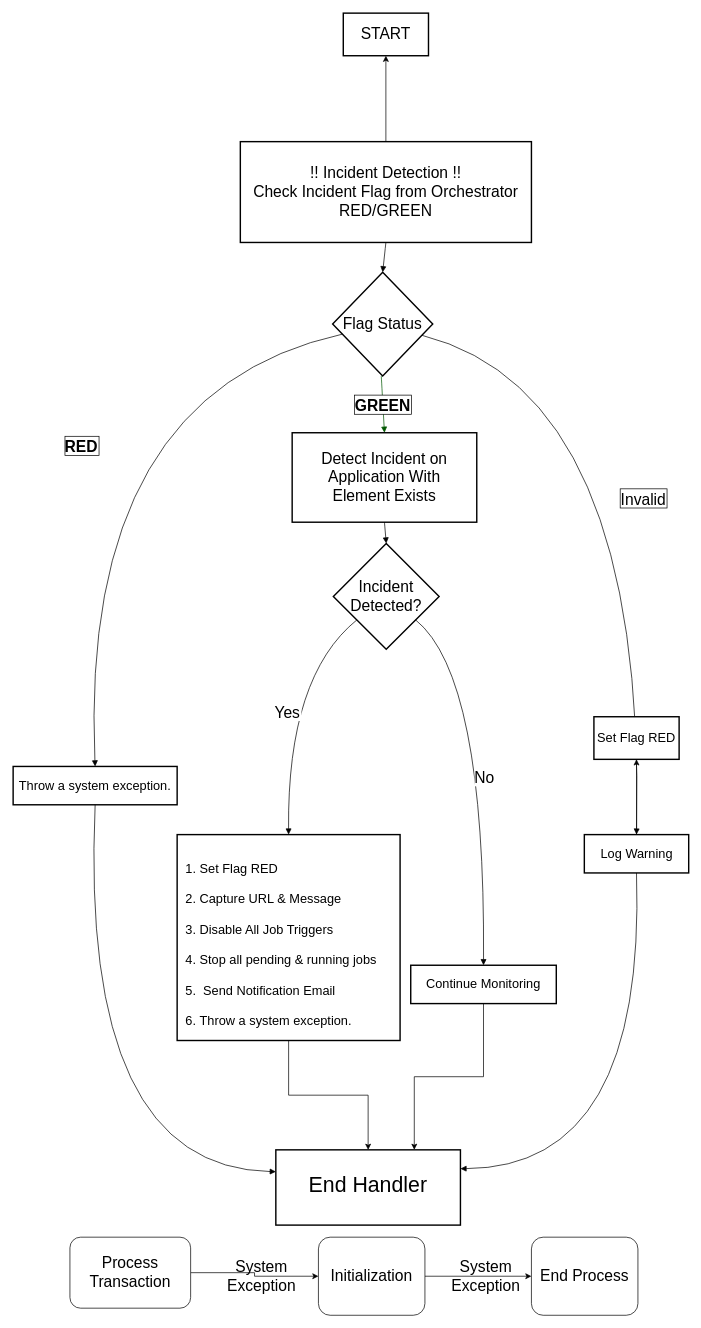
harshitsharmatpg/vault keeps this draw.io diagram as Untitled Diagram.drawio. Above is the earlier version. Source tidied: cells renumbered, new cells numbered last; positions are measured from the earlier drawing's top-left corner, leaving out a move shared by most shapes. Both pictures are drawn from the tidied source at 71%, with x=0, y=0 at pixel (13, 13).
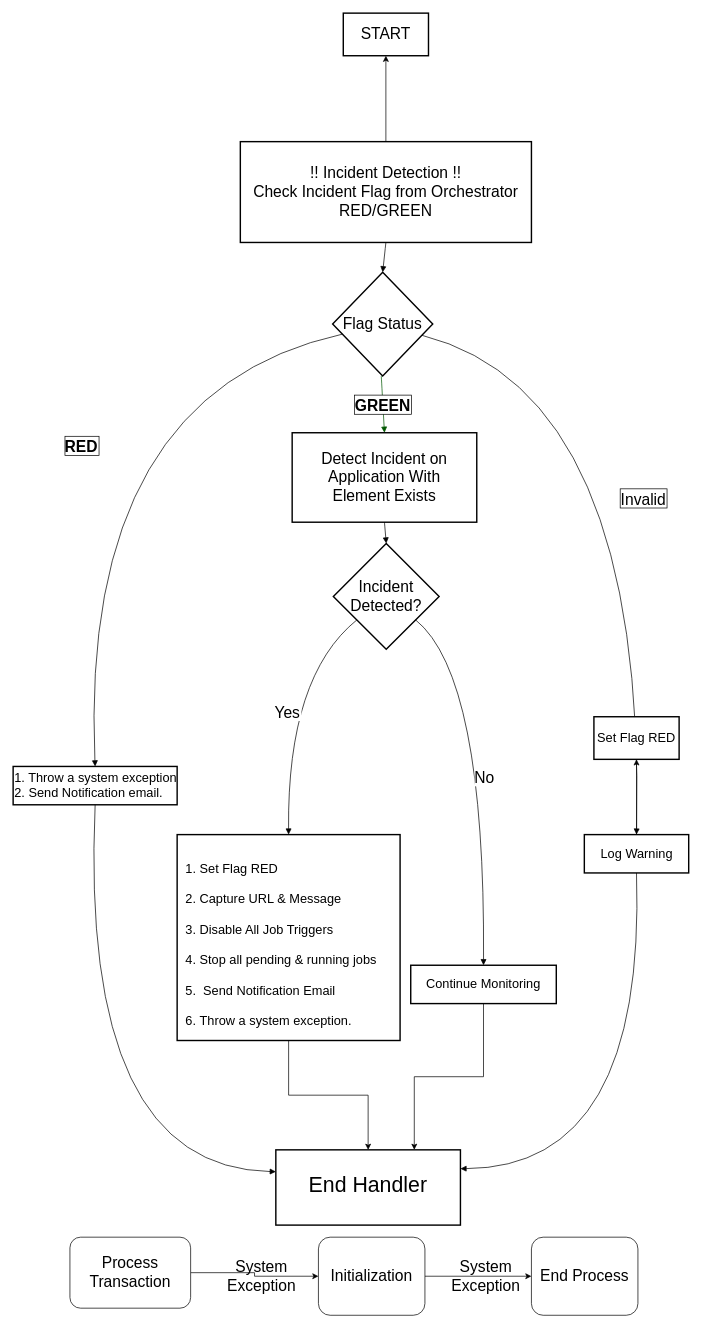
The same page after the edit.

Diff of the diagram source:
```diff
@@
-    <mxCell id="5" value="Throw a system exception." style="whiteSpace=wrap;strokeWidth=2;fontSize=18;" parent="1" vertex="1">
+    <mxCell id="5" value="1. Throw a system exception&#10;2. Send Notification email." style="whiteSpace=wrap;strokeWidth=2;fontSize=18;align=left;" parent="1" vertex="1">
       <mxGeometry y="1061" width="231" height="54" as="geometry" />
     </mxCell>
```
